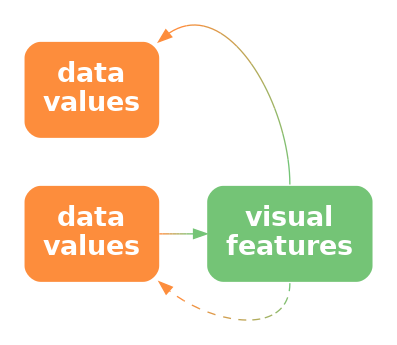
Before: Diagrams/dissonant-decode.png, a diagram exported from Graphviz (pmur002/hdvw). Its source is kept beside it as Diagrams/dissonant-decode.dot.
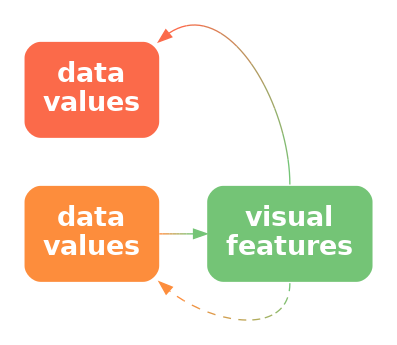
Later version of the same file.

Change to the diagram source:
```diff
@@ -1,12 +1,12 @@
 digraph {
   graph [ rankdir=LR; margin=.2; nodesep=.5 ];
   node [ fontsize=20; fontname="sans bold"; margin=.2 ];
+  diss [ label="data\nvalues"; shape=box; style="filled, rounded"; penwidth=0; fontcolor=white; fillcolor="#FB6A4A" ]
   data [ label="data\nvalues"; shape=box; style="filled, rounded"; penwidth=0; fontcolor=white; fillcolor="#FD8D3C" ]
-  data2 [ label="data\nvalues"; shape=box; style="filled, rounded"; penwidth=0; fontcolor=white; fillcolor="#FD8D3C" ]
   vis [ label="visual\nfeatures"; shape=box;
      style="filled, rounded"; penwidth=0; fontcolor=white; fillcolor="#74C476" ]
-  data2 -> vis [ color="#FD8D3C;0.1:#EE9342;0.1:#DF9949;0.1:#CF9F4F;0.1:#C0A556;0.1:#B1AC5C;0.1:#A2B263;0.1:#92B869;0.1:#83BE70;0.1:#74C476;0.1" ]
-  vis:n -> data:ne [ style="solid", color="#74C476;0.1:#83BE70;0.1:#92B869;0.1:#A2B263;0.1:#B1AC5C;0.1:#C0A556;0.1:#CF9F4F;0.1:#DF9949;0.1:#EE9342;0.1:#FD8D3C;0.1" ]
-  vis:s -> data2:se [ style="dashed", color="#74C476;0.1:#83BE70;0.1:#92B869;0.1:#A2B263;0.1:#B1AC5C;0.1:#C0A556;0.1:#CF9F4F;0.1:#DF9949;0.1:#EE9342;0.1:#FD8D3C;0.1" ]
-{ rank=same; data, data2 }
+  data -> vis [ color="#FD8D3C;0.1:#EE9342;0.1:#DF9949;0.1:#CF9F4F;0.1:#C0A556;0.1:#B1AC5C;0.1:#A2B263;0.1:#92B869;0.1:#83BE70;0.1:#74C476;0.1" ]
+  vis:n -> diss:ne [ style="solid", color="#74C476;0.1:#83BA71;0.1:#92B06C;0.1:#A1A667;0.1:#B09C62;0.1:#BF925E;0.1:#CE8859;0.1:#DD7E54;0.1:#EC744F;0.1:#FB6A4A;0.1" ]
+  vis:s -> data:se [ style="dashed", color="#74C476;0.1:#83BE70;0.1:#92B869;0.1:#A2B263;0.1:#B1AC5C;0.1:#C0A556;0.1:#CF9F4F;0.1:#DF9949;0.1:#EE9342;0.1:#FD8D3C;0.1" ]
+{ rank=same; data, diss }
 }
```
